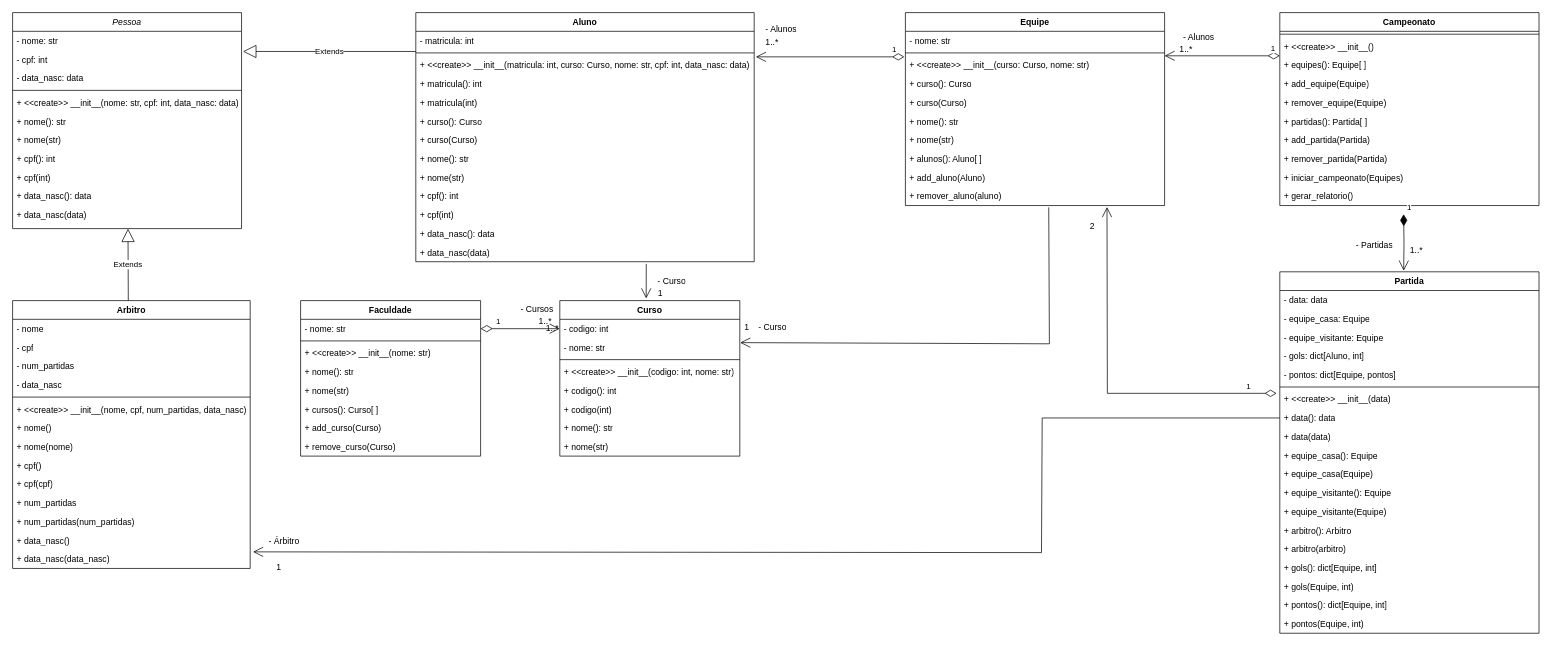
Before: Diagrama sem nome.drawio in mariabetman/dso, a draw.io diagram. Source tidied: cells renumbered, new cells numbered last; positions are measured from the earlier drawing's top-left corner, leaving out a move shared by most shapes. Both pictures are drawn from the tidied source at 72%, with x=0, y=0 at pixel (12, 12).
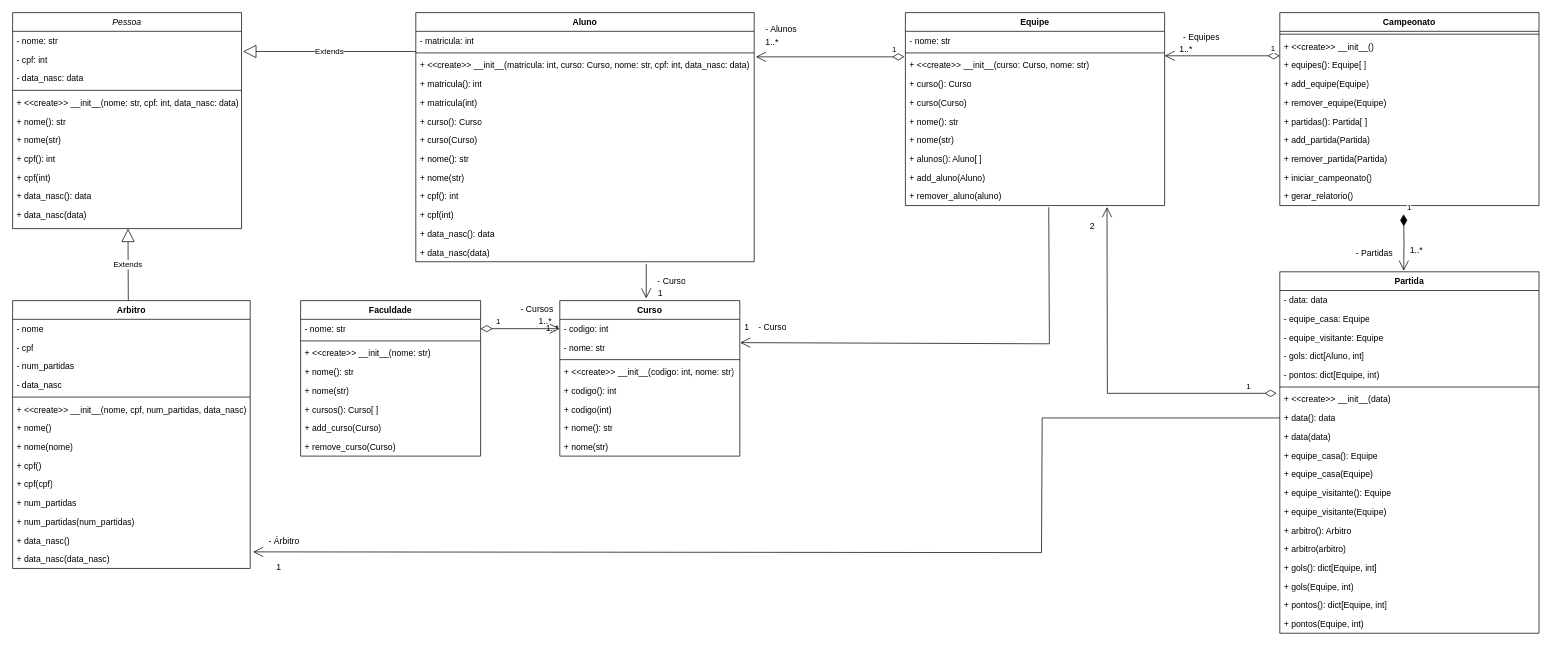
After the change.

Unchanged cells that the change refers to:
```xml
<mxCell id="51" value="Campeonato" style="swimlane;fontStyle=1;align=center;verticalAlign=top;horizontal=1;startSize=26;whiteSpace=wrap;html=1;" parent="1" vertex="1">
  <mxGeometry x="1760" width="360" height="268" as="geometry" />
</mxCell>
<mxCell id="62" value="Partida" style="swimlane;fontStyle=1;align=center;verticalAlign=top;horizontal=1;startSize=26;whiteSpace=wrap;html=1;" parent="1" vertex="1">
  <mxGeometry x="1760" y="360" width="360" height="502" as="geometry" />
</mxCell>
```

What changed in the source:
```diff
@@
-    <mxCell id="60" value="+ iniciar_campeonato(Equipes)" style="text;strokeColor=none;fillColor=none;align=left;verticalAlign=top;spacingLeft=4;spacingRight=4;overflow=hidden;whiteSpace=wrap;html=1;" parent="51" vertex="1">
+    <mxCell id="60" value="+ iniciar_campeonato(&lt;span style=&quot;background-color: initial;&quot;&gt;)&lt;/span&gt;" style="text;strokeColor=none;fillColor=none;align=left;verticalAlign=top;spacingLeft=4;spacingRight=4;overflow=hidden;whiteSpace=wrap;html=1;" parent="51" vertex="1">
       <mxGeometry y="216" width="360" height="26" as="geometry" />
     </mxCell>
@@
-    <mxCell id="67" value="- pontos: dict[Equipe, pontos]" style="text;strokeColor=none;fillColor=none;align=left;verticalAlign=top;spacingLeft=4;spacingRight=4;overflow=hidden;whiteSpace=wrap;html=1;" parent="62" vertex="1">
+    <mxCell id="67" value="- pontos: dict[Equipe, int)" style="text;strokeColor=none;fillColor=none;align=left;verticalAlign=top;spacingLeft=4;spacingRight=4;overflow=hidden;whiteSpace=wrap;html=1;" parent="62" vertex="1">
       <mxGeometry y="130" width="360" height="26" as="geometry" />
     </mxCell>
@@
-    <mxCell id="119" value="- Alunos" style="text;strokeColor=none;fillColor=none;align=left;verticalAlign=top;spacingLeft=4;spacingRight=4;overflow=hidden;whiteSpace=wrap;html=1;" parent="1" vertex="1">
-      <mxGeometry x="1620" y="20" width="60" height="26" as="geometry" />
+    <mxCell id="119" value="- Equipes" style="text;strokeColor=none;fillColor=none;align=left;verticalAlign=top;spacingLeft=4;spacingRight=4;overflow=hidden;whiteSpace=wrap;html=1;" parent="1" vertex="1">
+      <mxGeometry x="1620" y="20" width="70" height="26" as="geometry" />
     </mxCell>
@@
     <mxCell id="122" value="- Partidas" style="text;strokeColor=none;fillColor=none;align=left;verticalAlign=top;spacingLeft=4;spacingRight=4;overflow=hidden;whiteSpace=wrap;html=1;" parent="1" vertex="1">
-      <mxGeometry x="1860" y="310" width="69" height="26" as="geometry" />
+      <mxGeometry x="1860" y="320" width="69" height="26" as="geometry" />
     </mxCell>
```
